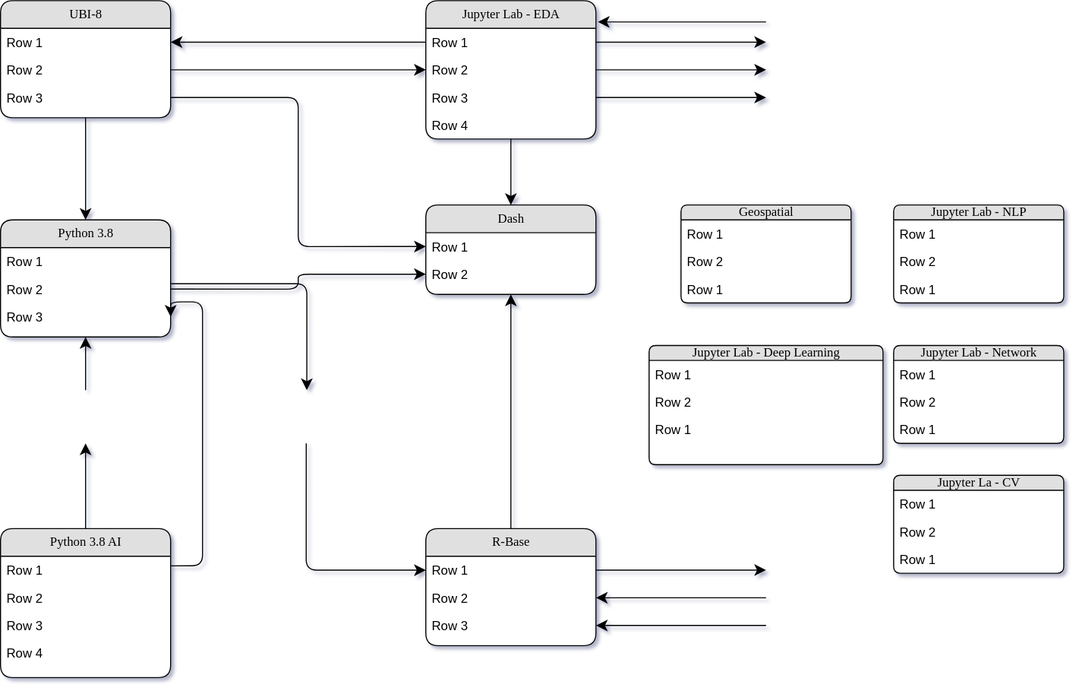
dmedina7301/tools keeps this draw.io diagram as tooltree.svg. Above is the earlier version. Source tidied: cells renumbered, new cells last; positions are measured from the earlier drawing's top-left corner, leaving out a move shared by most shapes.
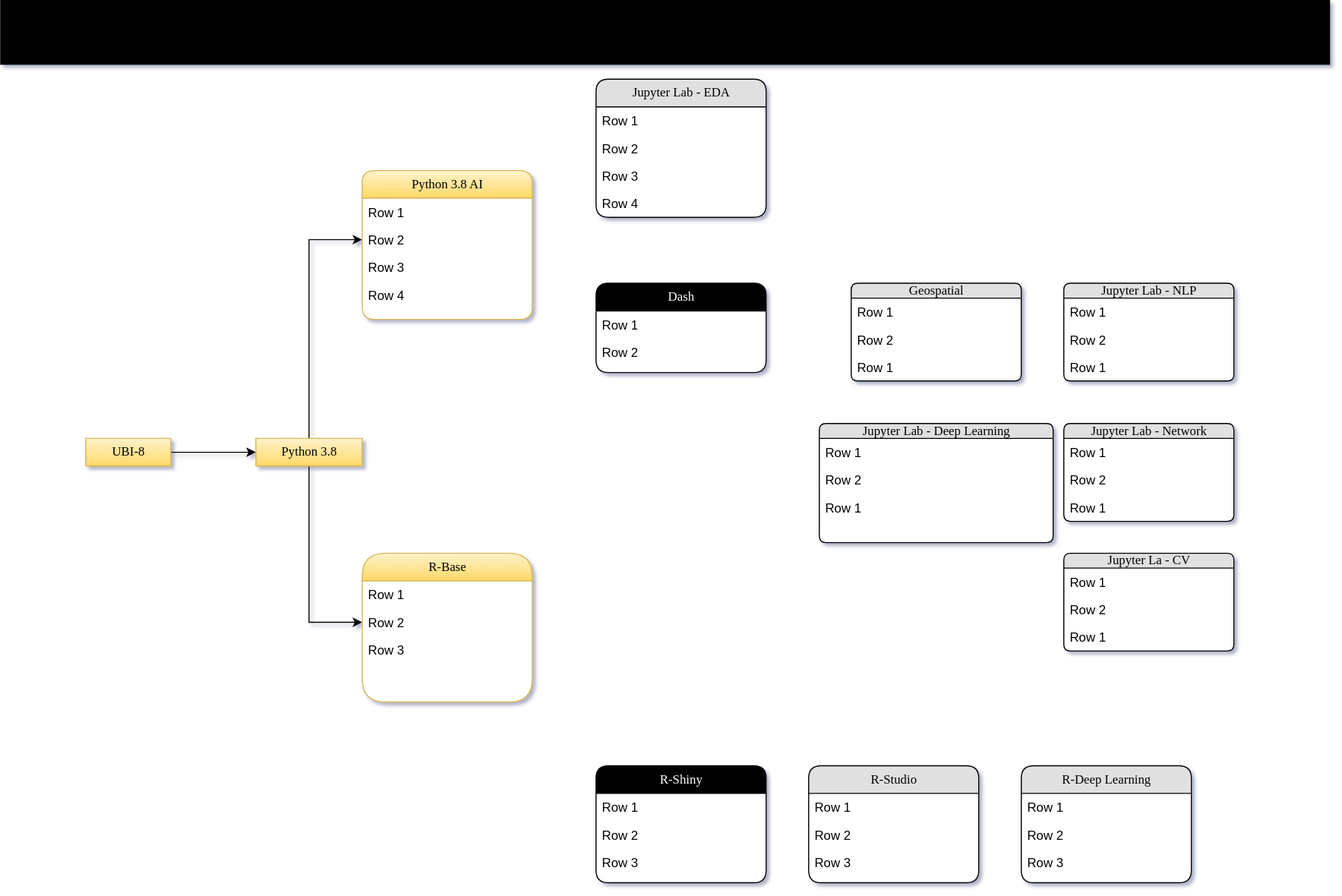
The same diagram one commit later.

Change to the diagram source:
```diff
@@ -2,18 +2,12 @@
   <root>
     <mxCell id="0" />
     <mxCell id="1" parent="0" />
+    <mxCell id="32" style="edgeStyle=orthogonalEdgeStyle;rounded=0;jettySize=auto;html=1;exitX=1;exitY=0.5;exitDx=0;exitDy=0;entryX=0;entryY=0.5;entryDx=0;entryDy=0;fontColor=#FFFFFF;" parent="1" edge="1" source="2" target="11">
+      <mxGeometry relative="1" as="geometry" />
+    </mxCell>
-    <mxCell id="2" value="UBI-8" style="swimlane;html=1;fontStyle=0;horizontal=1;startSize=26;fillColor=#e0e0e0;swimlaneFillColor=#ffffff;align=center;shadow=0;comic=0;labelBackgroundColor=none;strokeWidth=1;fontFamily=Verdana;fontSize=12;rounded=1;" parent="1" vertex="1">
-      <mxGeometry width="160" height="110" as="geometry" />
+    <mxCell id="2" value="UBI-8" style="swimlane;html=1;fontStyle=0;horizontal=1;startSize=26;swimlaneFillColor=#ffffff;align=center;shadow=0;comic=0;labelBackgroundColor=none;strokeWidth=1;fontFamily=Verdana;fontSize=12;rounded=1;strokeColor=#d6b656;fillColor=#fff2cc;gradientColor=#ffd966;" parent="1" vertex="1" collapsed="1">
+      <mxGeometry x="-80" y="338" width="80" height="26" as="geometry" />
     </mxCell>
-    <mxCell id="3" value="Row 1" style="text;html=1;strokeColor=none;fillColor=none;spacingLeft=4;spacingRight=4;whiteSpace=wrap;overflow=hidden;points=[[0,0.5],[1,0.5]];portConstraint=eastwest;rounded=1;" parent="2" vertex="1">
-      <mxGeometry y="26" width="160" height="26" as="geometry" />
-    </mxCell>
-    <mxCell id="4" value="Row 2" style="text;html=1;strokeColor=none;fillColor=none;spacingLeft=4;spacingRight=4;whiteSpace=wrap;overflow=hidden;points=[[0,0.5],[1,0.5]];portConstraint=eastwest;rounded=1;" parent="2" vertex="1">
-      <mxGeometry y="52" width="160" height="26" as="geometry" />
-    </mxCell>
-    <mxCell id="5" value="Row 3" style="text;html=1;strokeColor=none;fillColor=none;spacingLeft=4;spacingRight=4;whiteSpace=wrap;overflow=hidden;points=[[0,0.5],[1,0.5]];portConstraint=eastwest;rounded=1;" parent="2" vertex="1">
-      <mxGeometry y="78" width="160" height="26" as="geometry" />
-    </mxCell>
     <mxCell id="6" value="Jupyter Lab - EDA" style="swimlane;html=1;fontStyle=0;horizontal=1;startSize=26;fillColor=#e0e0e0;swimlaneFillColor=#ffffff;align=center;shadow=0;comic=0;labelBackgroundColor=none;strokeWidth=1;fontFamily=Verdana;fontSize=12;rounded=1;" parent="1" vertex="1">
       <mxGeometry x="400" width="160" height="130" as="geometry" />
     </mxCell>
@@ -29,20 +23,17 @@
     <mxCell id="10" value="Row 4" style="text;html=1;strokeColor=none;fillColor=none;spacingLeft=4;spacingRight=4;whiteSpace=wrap;overflow=hidden;rounded=1;" parent="6" vertex="1">
       <mxGeometry y="104" width="160" height="26" as="geometry" />
     </mxCell>
+    <mxCell id="66" style="edgeStyle=orthogonalEdgeStyle;rounded=0;jettySize=auto;html=1;exitX=0.5;exitY=0;exitDx=0;exitDy=0;entryX=0;entryY=0.5;entryDx=0;entryDy=0;fontColor=#FFFFFF;" parent="1" edge="1" source="11" target="17">
+      <mxGeometry relative="1" as="geometry" />
+    </mxCell>
+    <mxCell id="67" style="edgeStyle=orthogonalEdgeStyle;rounded=0;jettySize=auto;html=1;exitX=0.5;exitY=1;exitDx=0;exitDy=0;entryX=0;entryY=0.5;entryDx=0;entryDy=0;fontColor=#FFFFFF;" parent="1" edge="1" source="11" target="25">
+      <mxGeometry relative="1" as="geometry" />
+    </mxCell>
-    <mxCell id="11" value="Python 3.8" style="swimlane;html=1;fontStyle=0;horizontal=1;startSize=26;fillColor=#e0e0e0;swimlaneFillColor=#ffffff;align=center;shadow=0;comic=0;labelBackgroundColor=none;strokeWidth=1;fontFamily=Verdana;fontSize=12;rounded=1;" parent="1" vertex="1">
-      <mxGeometry y="206" width="160" height="110" as="geometry" />
+    <mxCell id="11" value="Python 3.8" style="swimlane;html=1;fontStyle=0;horizontal=1;startSize=26;fillColor=#fff2cc;swimlaneFillColor=#ffffff;align=center;shadow=0;comic=0;labelBackgroundColor=none;strokeWidth=1;fontFamily=Verdana;fontSize=12;rounded=1;gradientColor=#ffd966;strokeColor=#d6b656;" parent="1" vertex="1" collapsed="1">
+      <mxGeometry x="80" y="338" width="100" height="26" as="geometry" />
     </mxCell>
-    <mxCell id="12" value="Row 1" style="text;html=1;strokeColor=none;fillColor=none;spacingLeft=4;spacingRight=4;whiteSpace=wrap;overflow=hidden;rounded=1;" parent="11" vertex="1">
-      <mxGeometry y="26" width="160" height="26" as="geometry" />
-    </mxCell>
-    <mxCell id="13" value="Row 2" style="text;html=1;strokeColor=none;fillColor=none;spacingLeft=4;spacingRight=4;whiteSpace=wrap;overflow=hidden;points=[[0,0.5],[1,0.5]];portConstraint=eastwest;rounded=1;" parent="11" vertex="1">
-      <mxGeometry y="52" width="160" height="26" as="geometry" />
-    </mxCell>
-    <mxCell id="14" value="Row 3" style="text;html=1;strokeColor=none;fillColor=none;spacingLeft=4;spacingRight=4;whiteSpace=wrap;overflow=hidden;points=[[0,0.5],[1,0.5]];portConstraint=eastwest;rounded=1;" parent="11" vertex="1">
-      <mxGeometry y="78" width="160" height="26" as="geometry" />
-    </mxCell>
-    <mxCell id="15" value="Python 3.8 AI" style="swimlane;html=1;fontStyle=0;horizontal=1;startSize=26;fillColor=#e0e0e0;swimlaneFillColor=#ffffff;align=center;shadow=0;comic=0;labelBackgroundColor=none;strokeWidth=1;fontFamily=Verdana;fontSize=12;rounded=1;" parent="1" vertex="1">
-      <mxGeometry y="496" width="160" height="140" as="geometry" />
+    <mxCell id="15" value="Python 3.8 AI" style="swimlane;html=1;fontStyle=0;horizontal=1;startSize=26;fillColor=#fff2cc;swimlaneFillColor=#ffffff;align=center;shadow=0;comic=0;labelBackgroundColor=none;strokeWidth=1;fontFamily=Verdana;fontSize=12;rounded=1;gradientColor=#ffd966;strokeColor=#d6b656;" parent="1" vertex="1">
+      <mxGeometry x="180" y="86" width="160" height="140" as="geometry" />
     </mxCell>
     <mxCell id="16" value="Row 1" style="text;html=1;strokeColor=none;fillColor=none;spacingLeft=4;spacingRight=4;whiteSpace=wrap;overflow=hidden;rounded=1;" parent="15" vertex="1">
       <mxGeometry y="26" width="160" height="26" as="geometry" />
@@ -56,7 +47,7 @@
     <mxCell id="19" value="Row 4" style="text;html=1;strokeColor=none;fillColor=none;spacingLeft=4;spacingRight=4;whiteSpace=wrap;overflow=hidden;rounded=1;" parent="15" vertex="1">
       <mxGeometry y="104" width="160" height="26" as="geometry" />
     </mxCell>
-    <mxCell id="20" value="Dash" style="swimlane;html=1;fontStyle=0;horizontal=1;startSize=26;fillColor=#e0e0e0;swimlaneFillColor=#ffffff;align=center;shadow=0;comic=0;labelBackgroundColor=none;strokeWidth=1;fontFamily=Verdana;fontSize=12;rounded=1;" parent="1" vertex="1">
+    <mxCell id="20" value="Dash" style="swimlane;html=1;fontStyle=0;horizontal=1;startSize=26;swimlaneFillColor=#ffffff;align=center;shadow=0;comic=0;labelBackgroundColor=none;strokeWidth=1;fontFamily=Verdana;fontSize=12;rounded=1;fillColor=#000000;fontColor=#FFFFFF;" parent="1" vertex="1">
       <mxGeometry x="400" y="192" width="160" height="84" as="geometry" />
     </mxCell>
     <mxCell id="21" value="Row 1" style="text;html=1;strokeColor=none;fillColor=none;spacingLeft=4;spacingRight=4;whiteSpace=wrap;overflow=hidden;points=[[0,0.5],[1,0.5]];portConstraint=eastwest;rounded=1;" parent="20" vertex="1">
@@ -65,8 +56,8 @@
     <mxCell id="22" value="Row 2" style="text;html=1;strokeColor=none;fillColor=none;spacingLeft=4;spacingRight=4;whiteSpace=wrap;overflow=hidden;points=[[0,0.5],[1,0.5]];portConstraint=eastwest;rounded=1;" parent="20" vertex="1">
       <mxGeometry y="52" width="160" height="26" as="geometry" />
     </mxCell>
-    <mxCell id="23" value="R-Base" style="swimlane;html=1;fontStyle=0;horizontal=1;startSize=26;fillColor=#e0e0e0;swimlaneFillColor=#ffffff;align=center;shadow=0;comic=0;labelBackgroundColor=none;strokeWidth=1;fontFamily=Verdana;fontSize=12;rounded=1;" parent="1" vertex="1">
-      <mxGeometry x="400" y="496" width="160" height="110" as="geometry" />
+    <mxCell id="23" value="R-Base" style="swimlane;html=1;fontStyle=0;horizontal=1;startSize=26;fillColor=#fff2cc;swimlaneFillColor=#ffffff;align=center;shadow=0;comic=0;labelBackgroundColor=none;strokeWidth=1;fontFamily=Verdana;fontSize=12;rounded=1;gradientColor=#ffd966;strokeColor=#d6b656;arcSize=28;" parent="1" vertex="1">
+      <mxGeometry x="180" y="446" width="160" height="140" as="geometry" />
     </mxCell>
     <mxCell id="24" value="Row 1" style="text;html=1;strokeColor=none;fillColor=none;spacingLeft=4;spacingRight=4;whiteSpace=wrap;overflow=hidden;points=[[0,0.5],[1,0.5]];portConstraint=eastwest;rounded=1;" parent="23" vertex="1">
       <mxGeometry y="26" width="160" height="26" as="geometry" />
@@ -77,103 +68,6 @@
     <mxCell id="26" value="Row 3" style="text;html=1;strokeColor=none;fillColor=none;spacingLeft=4;spacingRight=4;whiteSpace=wrap;overflow=hidden;points=[[0,0.5],[1,0.5]];portConstraint=eastwest;rounded=1;" parent="23" vertex="1">
       <mxGeometry y="78" width="160" height="26" as="geometry" />
     </mxCell>
-    <mxCell id="27" style="edgeStyle=none;html=1;labelBackgroundColor=none;startFill=0;startSize=8;endFill=1;endSize=8;fontFamily=Verdana;fontSize=12;" parent="1" edge="1" source="15">
-      <mxGeometry relative="1" as="geometry">
-        <mxPoint x="80" y="416" as="targetPoint" />
-      </mxGeometry>
-    </mxCell>
-    <mxCell id="28" style="edgeStyle=none;html=1;labelBackgroundColor=none;startFill=0;startSize=8;endFill=1;endSize=8;fontFamily=Verdana;fontSize=12;" parent="1" edge="1" target="11">
-      <mxGeometry relative="1" as="geometry">
-        <mxPoint x="80" y="366" as="sourcePoint" />
-      </mxGeometry>
-    </mxCell>
-    <mxCell id="29" style="edgeStyle=orthogonalEdgeStyle;html=1;labelBackgroundColor=none;startFill=0;startSize=8;endFill=1;endSize=8;fontFamily=Verdana;fontSize=12;exitX=1;exitY=0.25;entryX=1;entryY=0.5;" parent="1" edge="1" source="15" target="14">
-      <mxGeometry relative="1" as="geometry">
-        <Array as="points">
-          <mxPoint x="190" y="531" />
-          <mxPoint x="190" y="283" />
-        </Array>
-      </mxGeometry>
-    </mxCell>
-    <mxCell id="30" style="edgeStyle=orthogonalEdgeStyle;html=1;labelBackgroundColor=none;startFill=0;startSize=8;endFill=1;endSize=8;fontFamily=Verdana;fontSize=12;" parent="1" edge="1" target="24">
-      <mxGeometry x="-0.13" y="32" relative="1" as="geometry">
-        <mxPoint x="287.5" y="416" as="sourcePoint" />
-      </mxGeometry>
-    </mxCell>
-    <mxCell id="31" style="edgeStyle=orthogonalEdgeStyle;html=1;labelBackgroundColor=none;startFill=0;startSize=8;endFill=1;endSize=8;fontFamily=Verdana;fontSize=12;" parent="1" edge="1" source="11">
-      <mxGeometry relative="1" as="geometry">
-        <mxPoint x="288.1" y="366" as="targetPoint" />
-        <Array as="points">
-          <mxPoint x="288" y="266" />
-        </Array>
-      </mxGeometry>
-    </mxCell>
-    <mxCell id="32" style="edgeStyle=orthogonalEdgeStyle;html=1;labelBackgroundColor=none;startFill=0;startSize=8;endFill=1;endSize=8;fontFamily=Verdana;fontSize=12;" parent="1" edge="1" source="2" target="11">
-      <mxGeometry relative="1" as="geometry" />
-    </mxCell>
-    <mxCell id="33" style="edgeStyle=orthogonalEdgeStyle;html=1;labelBackgroundColor=none;startFill=0;startSize=8;endFill=1;endSize=8;fontFamily=Verdana;fontSize=12;" parent="1" edge="1" source="23" target="20">
-      <mxGeometry relative="1" as="geometry" />
-    </mxCell>
-    <mxCell id="34" style="edgeStyle=orthogonalEdgeStyle;html=1;labelBackgroundColor=none;startFill=0;startSize=8;endFill=1;endSize=8;fontFamily=Verdana;fontSize=12;" parent="1" edge="1" source="6" target="20">
-      <mxGeometry relative="1" as="geometry" />
-    </mxCell>
-    <mxCell id="35" style="edgeStyle=orthogonalEdgeStyle;html=1;entryX=0;entryY=0.5;labelBackgroundColor=none;startFill=0;startSize=8;endFill=1;endSize=8;fontFamily=Verdana;fontSize=12;exitX=1;exitY=0.5;" parent="1" edge="1" source="4" target="8">
-      <mxGeometry relative="1" as="geometry" />
-    </mxCell>
-    <mxCell id="36" style="edgeStyle=orthogonalEdgeStyle;html=1;exitX=0;exitY=0.5;entryX=1;entryY=0.5;labelBackgroundColor=none;startFill=0;startSize=8;endFill=1;endSize=8;fontFamily=Verdana;fontSize=12;" parent="1" edge="1" source="7" target="3">
-      <mxGeometry relative="1" as="geometry" />
-    </mxCell>
-    <mxCell id="37" style="edgeStyle=orthogonalEdgeStyle;html=1;exitX=1;exitY=0.5;entryX=0;entryY=0.5;labelBackgroundColor=none;startFill=0;startSize=8;endFill=1;endSize=8;fontFamily=Verdana;fontSize=12;" parent="1" edge="1" source="5" target="21">
-      <mxGeometry relative="1" as="geometry" />
-    </mxCell>
-    <mxCell id="38" style="edgeStyle=orthogonalEdgeStyle;html=1;exitX=1;exitY=0.5;entryX=0;entryY=0.5;labelBackgroundColor=none;startFill=0;startSize=8;endFill=1;endSize=8;fontFamily=Verdana;fontSize=12;" parent="1" edge="1" source="13" target="22">
-      <mxGeometry relative="1" as="geometry" />
-    </mxCell>
-    <mxCell id="39" style="edgeStyle=orthogonalEdgeStyle;html=1;exitX=1;exitY=0.5;labelBackgroundColor=none;startFill=0;startSize=8;endFill=1;endSize=8;fontFamily=Verdana;fontSize=12;" parent="1" edge="1" source="24">
-      <mxGeometry relative="1" as="geometry">
-        <mxPoint x="720" y="535" as="targetPoint" />
-      </mxGeometry>
-    </mxCell>
-    <mxCell id="40" style="edgeStyle=orthogonalEdgeStyle;html=1;labelBackgroundColor=none;startFill=0;startSize=8;endFill=1;endSize=8;fontFamily=Verdana;fontSize=12;entryX=1;entryY=0.5;" parent="1" edge="1" target="25">
-      <mxGeometry relative="1" as="geometry">
-        <mxPoint x="720" y="561" as="sourcePoint" />
-        <Array as="points">
-          <mxPoint x="720" y="561" />
-        </Array>
-      </mxGeometry>
-    </mxCell>
-    <mxCell id="41" style="edgeStyle=orthogonalEdgeStyle;html=1;labelBackgroundColor=none;startFill=0;startSize=8;endFill=1;endSize=8;fontFamily=Verdana;fontSize=12;entryX=1;entryY=0.5;" parent="1" edge="1" target="26">
-      <mxGeometry relative="1" as="geometry">
-        <mxPoint x="720" y="587" as="sourcePoint" />
-        <Array as="points">
-          <mxPoint x="640" y="587" />
-          <mxPoint x="640" y="587" />
-        </Array>
-      </mxGeometry>
-    </mxCell>
-    <mxCell id="42" style="edgeStyle=orthogonalEdgeStyle;html=1;exitX=1;exitY=0.5;labelBackgroundColor=none;startFill=0;startSize=8;endFill=1;endSize=8;fontFamily=Verdana;fontSize=12;" parent="1" edge="1" source="7">
-      <mxGeometry relative="1" as="geometry">
-        <mxPoint x="720" y="39" as="targetPoint" />
-      </mxGeometry>
-    </mxCell>
-    <mxCell id="43" style="edgeStyle=orthogonalEdgeStyle;html=1;exitX=1;exitY=0.5;labelBackgroundColor=none;startFill=0;startSize=8;endFill=1;endSize=8;fontFamily=Verdana;fontSize=12;" parent="1" edge="1" source="8">
-      <mxGeometry relative="1" as="geometry">
-        <mxPoint x="720" y="65" as="targetPoint" />
-      </mxGeometry>
-    </mxCell>
-    <mxCell id="44" style="edgeStyle=orthogonalEdgeStyle;html=1;exitX=1;exitY=0.5;labelBackgroundColor=none;startFill=0;startSize=8;endFill=1;endSize=8;fontFamily=Verdana;fontSize=12;" parent="1" edge="1" source="9">
-      <mxGeometry relative="1" as="geometry">
-        <mxPoint x="720" y="91" as="targetPoint" />
-      </mxGeometry>
-    </mxCell>
-    <mxCell id="45" style="edgeStyle=elbowEdgeStyle;html=1;labelBackgroundColor=none;startFill=0;startSize=8;endFill=1;endSize=8;fontFamily=Verdana;fontSize=12;elbow=vertical;entryX=1.011;entryY=0.152;entryPerimeter=0;" parent="1" edge="1" target="6">
-      <mxGeometry relative="1" as="geometry">
-        <mxPoint x="720" y="20" as="sourcePoint" />
-        <Array as="points">
-          <mxPoint x="650" y="20" />
-        </Array>
-      </mxGeometry>
-    </mxCell>
     <mxCell id="46" value="Geospatial" style="swimlane;html=1;fontStyle=0;horizontal=1;startSize=14;fillColor=#e0e0e0;swimlaneFillColor=#ffffff;align=center;shadow=0;comic=0;labelBackgroundColor=none;strokeWidth=1;fontFamily=Verdana;fontSize=12;rounded=1;" parent="1" vertex="1">
       <mxGeometry x="640" y="192" width="160" height="92" as="geometry" />
     </mxCell>
@@ -234,5 +128,44 @@
     <mxCell id="65" value="Row 1" style="text;html=1;strokeColor=none;fillColor=none;spacingLeft=4;spacingRight=4;whiteSpace=wrap;overflow=hidden;rounded=1;" parent="62" vertex="1">
       <mxGeometry y="66" width="160" height="26" as="geometry" />
     </mxCell>
+    <mxCell id="68" value="R-Shiny" style="swimlane;html=1;fontStyle=0;horizontal=1;startSize=26;swimlaneFillColor=#ffffff;align=center;shadow=0;comic=0;labelBackgroundColor=none;strokeWidth=1;fontFamily=Verdana;fontSize=12;rounded=1;fontColor=#FFFFFF;fillColor=#000000;" parent="1" vertex="1">
+      <mxGeometry x="400" y="646" width="160" height="110" as="geometry" />
+    </mxCell>
+    <mxCell id="69" value="Row 1" style="text;html=1;strokeColor=none;fillColor=none;spacingLeft=4;spacingRight=4;whiteSpace=wrap;overflow=hidden;rounded=1;" parent="68" vertex="1">
+      <mxGeometry y="26" width="160" height="26" as="geometry" />
+    </mxCell>
+    <mxCell id="70" value="Row 2" style="text;html=1;strokeColor=none;fillColor=none;spacingLeft=4;spacingRight=4;whiteSpace=wrap;overflow=hidden;rounded=1;" parent="68" vertex="1">
+      <mxGeometry y="52" width="160" height="26" as="geometry" />
+    </mxCell>
+    <mxCell id="71" value="Row 3" style="text;html=1;strokeColor=none;fillColor=none;spacingLeft=4;spacingRight=4;whiteSpace=wrap;overflow=hidden;rounded=1;" parent="68" vertex="1">
+      <mxGeometry y="78" width="160" height="26" as="geometry" />
+    </mxCell>
+    <mxCell id="72" value="R-Studio" style="swimlane;html=1;fontStyle=0;horizontal=1;startSize=26;fillColor=#e0e0e0;swimlaneFillColor=#ffffff;align=center;shadow=0;comic=0;labelBackgroundColor=none;strokeWidth=1;fontFamily=Verdana;fontSize=12;rounded=1;" parent="1" vertex="1">
+      <mxGeometry x="600" y="646" width="160" height="110" as="geometry" />
+    </mxCell>
+    <mxCell id="73" value="Row 1" style="text;html=1;strokeColor=none;fillColor=none;spacingLeft=4;spacingRight=4;whiteSpace=wrap;overflow=hidden;rounded=1;" parent="72" vertex="1">
+      <mxGeometry y="26" width="160" height="26" as="geometry" />
+    </mxCell>
+    <mxCell id="74" value="Row 2" style="text;html=1;strokeColor=none;fillColor=none;spacingLeft=4;spacingRight=4;whiteSpace=wrap;overflow=hidden;rounded=1;" parent="72" vertex="1">
+      <mxGeometry y="52" width="160" height="26" as="geometry" />
+    </mxCell>
+    <mxCell id="75" value="Row 3" style="text;html=1;strokeColor=none;fillColor=none;spacingLeft=4;spacingRight=4;whiteSpace=wrap;overflow=hidden;rounded=1;" parent="72" vertex="1">
+      <mxGeometry y="78" width="160" height="26" as="geometry" />
+    </mxCell>
+    <mxCell id="76" value="R-Deep Learning" style="swimlane;html=1;fontStyle=0;horizontal=1;startSize=26;fillColor=#e0e0e0;swimlaneFillColor=#ffffff;align=center;shadow=0;comic=0;labelBackgroundColor=none;strokeWidth=1;fontFamily=Verdana;fontSize=12;rounded=1;" parent="1" vertex="1">
+      <mxGeometry x="800" y="646" width="160" height="110" as="geometry" />
+    </mxCell>
+    <mxCell id="77" value="Row 1" style="text;html=1;strokeColor=none;fillColor=none;spacingLeft=4;spacingRight=4;whiteSpace=wrap;overflow=hidden;rounded=1;" parent="76" vertex="1">
+      <mxGeometry y="26" width="160" height="26" as="geometry" />
+    </mxCell>
+    <mxCell id="78" value="Row 2" style="text;html=1;strokeColor=none;fillColor=none;spacingLeft=4;spacingRight=4;whiteSpace=wrap;overflow=hidden;rounded=1;" parent="76" vertex="1">
+      <mxGeometry y="52" width="160" height="26" as="geometry" />
+    </mxCell>
+    <mxCell id="79" value="Row 3" style="text;html=1;strokeColor=none;fillColor=none;spacingLeft=4;spacingRight=4;whiteSpace=wrap;overflow=hidden;rounded=1;" parent="76" vertex="1">
+      <mxGeometry y="78" width="160" height="26" as="geometry" />
+    </mxCell>
+    <mxCell id="80" style="rounded=0;whiteSpace=wrap;html=1;fontColor=#FFFFFF;fillColor=#000000;" parent="1" vertex="1">
+      <mxGeometry x="-160" y="-74" width="1250" height="60" as="geometry" />
+    </mxCell>
   </root>
 </mxGraphModel>
```
